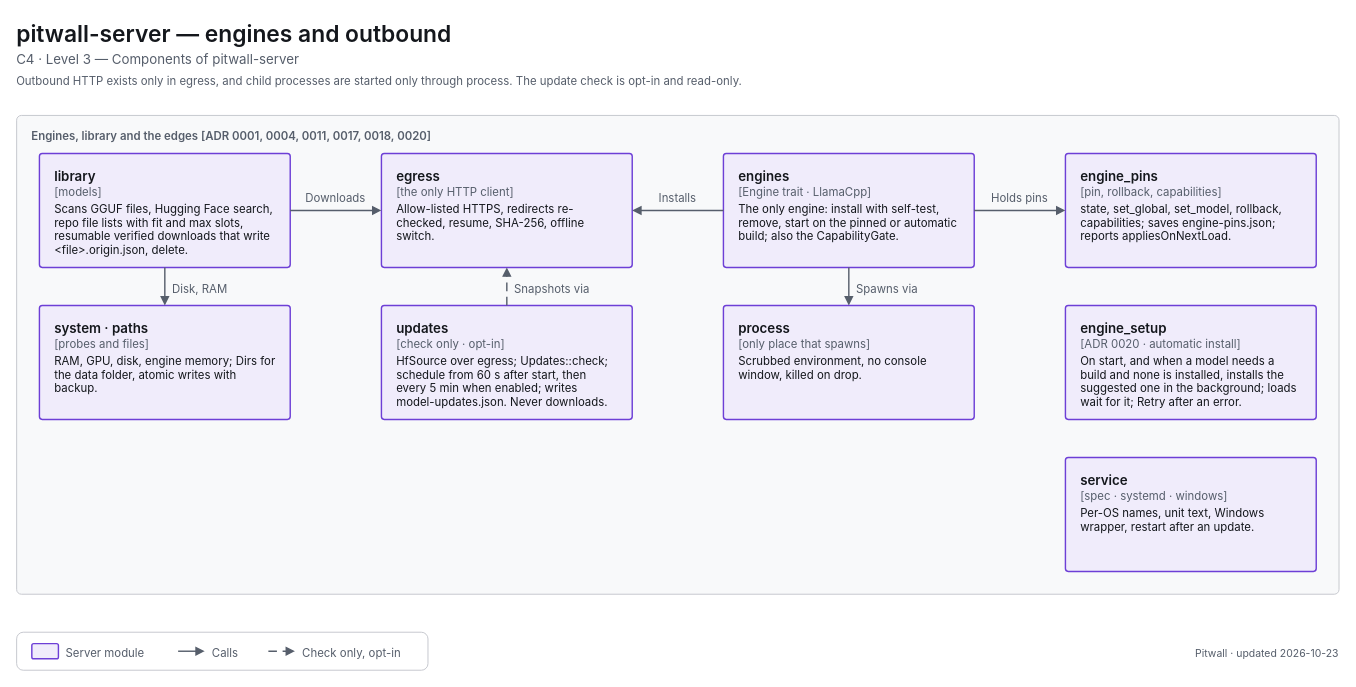
Earlier version of the draw.io diagram apps/pitwall/docs/diagrams/c4-3-server-edges.drawio (decryp7/paddock). Source tidied: cells renumbered, new cells numbered last; positions are measured from the earlier drawing's top-left corner, leaving out a move shared by most shapes. Both pictures are drawn from the tidied source at 95%, with x=0, y=0 at pixel (16, 16).
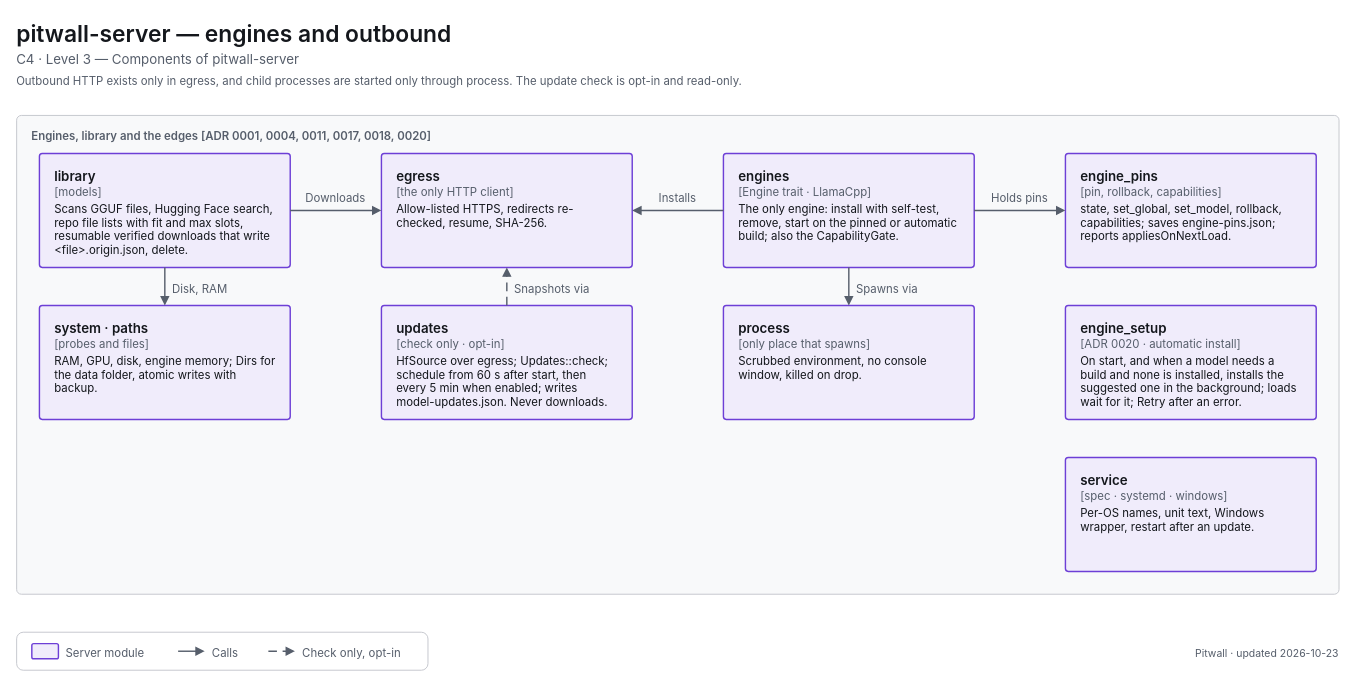
The same diagram, later.

What changed in the source:
```diff
@@
-    <mxCell id="7" value="&lt;span style=&quot;font-size:14px;font-weight:600&quot;&gt;egress&lt;/span&gt;&lt;br&gt;&lt;span style=&quot;font-size:12px;color:light-dark(#565E6B,#A0A7B2)&quot;&gt;[the only HTTP client]&lt;/span&gt;&lt;br&gt;&lt;div style=&quot;margin-top:4px;font-size:12px&quot;&gt;Allow-listed HTTPS, redirects re-checked, resume, SHA-256, offline switch.&lt;/div&gt;" style="html=1;whiteSpace=wrap;fontFamily=-apple-system,BlinkMacSystemFont,Segoe UI,system-ui,sans-serif;fontSize=12;fontColor=light-dark(#14171C,#ECEEF1);rounded=1;absoluteArcSize=1;arcSize=6;strokeWidth=1.5;strokeColor=light-dark(#6D3FD6,#A58BFA);fillColor=light-dark(#F0ECFB,#2C2A3F);align=left;verticalAlign=top;spacingLeft=14;spacingRight=14;spacingTop=10;spacingBottom=8;" parent="1" vertex="1">
+    <mxCell id="7" value="&lt;span style=&quot;font-size:14px;font-weight:600&quot;&gt;egress&lt;/span&gt;&lt;br&gt;&lt;span style=&quot;font-size:12px;color:light-dark(#565E6B,#A0A7B2)&quot;&gt;[the only HTTP client]&lt;/span&gt;&lt;br&gt;&lt;div style=&quot;margin-top:4px;font-size:12px&quot;&gt;Allow-listed HTTPS, redirects re-checked, resume, SHA-256.&lt;/div&gt;" style="html=1;whiteSpace=wrap;fontFamily=-apple-system,BlinkMacSystemFont,Segoe UI,system-ui,sans-serif;fontSize=12;fontColor=light-dark(#14171C,#ECEEF1);rounded=1;absoluteArcSize=1;arcSize=6;strokeWidth=1.5;strokeColor=light-dark(#6D3FD6,#A58BFA);fillColor=light-dark(#F0ECFB,#2C2A3F);align=left;verticalAlign=top;spacingLeft=14;spacingRight=14;spacingTop=10;spacingBottom=8;" parent="1" vertex="1">
       <mxGeometry x="384" y="144" width="264" height="120" as="geometry" />
     </mxCell>
```
